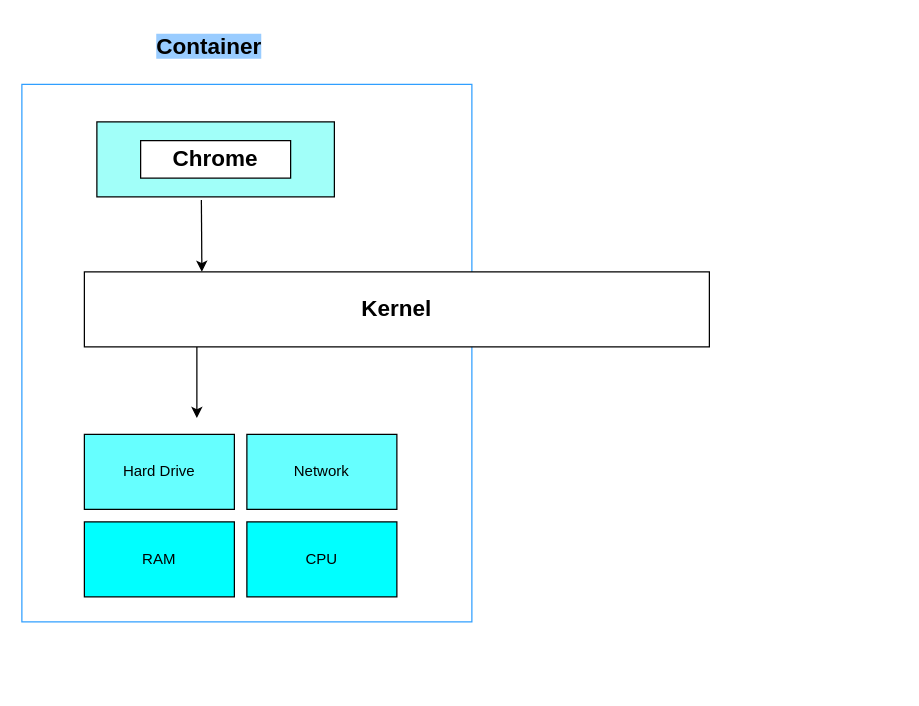
Before: page "Container" (1 of 2) of Untitled Diagram.drawio in hephaestus88/docker, a draw.io diagram. Source tidied: cells renumbered, new cells numbered last; positions are measured from the earlier drawing's top-left corner, leaving out a move shared by most shapes. Both pictures are drawn from the tidied source at 125%, with x=0, y=0 at pixel (21, 21).
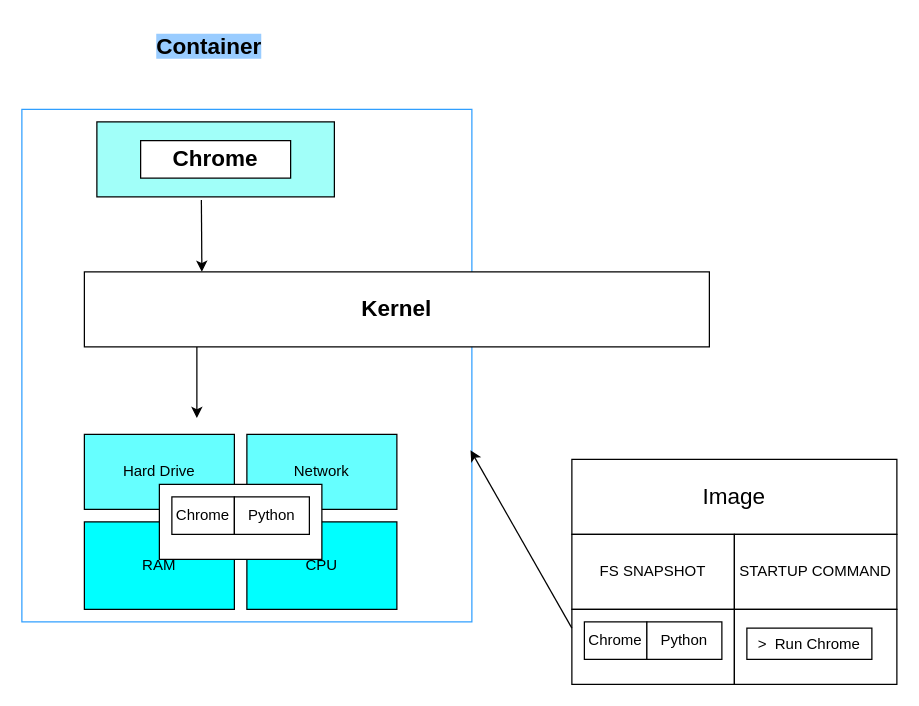
After the change.

The edit, as a diff of the source:
```diff
@@
     <mxCell id="2" style="rounded=0;whiteSpace=wrap;html=1;points=[[0,0,0,0,0],[0,0.25,0,0,0],[0,0.5,0,0,0],[0,0.75,0,0,0],[0,1,0,0,0],[0.25,0,0,0,0],[0.25,1,0,0,0],[0.5,0,0,0,0],[0.5,1,0,0,0],[0.75,0,0,0,0],[0.75,1,0,0,0],[1,0,0,0,0],[1,0.25,0,0,0],[1,0.5,0,0,0],[1,0.75,0,0,0],[1,1,0,0,0]];strokeColor=#309FFF;shadow=0;" parent="1" vertex="1">
-      <mxGeometry y="50" width="360" height="430" as="geometry" />
+      <mxGeometry y="70" width="360" height="410" as="geometry" />
     </mxCell>
@@
     <mxCell id="10" value="RAM" style="rounded=0;whiteSpace=wrap;html=1;fillColor=#00FFFF;" parent="1" vertex="1">
-      <mxGeometry x="50" y="400" width="120" height="60" as="geometry" />
+      <mxGeometry x="50" y="400" width="120" height="70" as="geometry" />
     </mxCell>
     <mxCell id="11" value="CPU" style="rounded=0;whiteSpace=wrap;html=1;fillColor=#00FFFF;" parent="1" vertex="1">
-      <mxGeometry x="180" y="400" width="120" height="60" as="geometry" />
+      <mxGeometry x="180" y="400" width="120" height="70" as="geometry" />
     </mxCell>
@@
+    <mxCell id="13" value="&lt;font style=&quot;font-size: 18px;&quot;&gt;Image&lt;/font&gt;" style="rounded=0;whiteSpace=wrap;html=1;" parent="1" vertex="1">
+      <mxGeometry x="440" y="350" width="260" height="60" as="geometry" />
+    </mxCell>
+    <mxCell id="14" value="FS SNAPSHOT" style="rounded=0;whiteSpace=wrap;html=1;" parent="1" vertex="1">
+      <mxGeometry x="440" y="410" width="130" height="60" as="geometry" />
+    </mxCell>
+    <mxCell id="15" value="STARTUP COMMAND" style="rounded=0;whiteSpace=wrap;html=1;" parent="1" vertex="1">
+      <mxGeometry x="570" y="410" width="130" height="60" as="geometry" />
+    </mxCell>
+    <mxCell id="16" style="rounded=0;whiteSpace=wrap;html=1;" parent="1" vertex="1">
+      <mxGeometry x="440" y="470" width="130" height="60" as="geometry" />
+    </mxCell>
+    <mxCell id="17" style="rounded=0;whiteSpace=wrap;html=1;" parent="1" vertex="1">
+      <mxGeometry x="570" y="470" width="130" height="60" as="geometry" />
+    </mxCell>
+    <mxCell id="18" value="Chrome" style="rounded=0;whiteSpace=wrap;html=1;" parent="1" vertex="1">
+      <mxGeometry x="450" y="480" width="50" height="30" as="geometry" />
+    </mxCell>
+    <mxCell id="19" value="&amp;gt;&amp;nbsp; Run Chrome" style="rounded=0;whiteSpace=wrap;html=1;" parent="1" vertex="1">
+      <mxGeometry x="580" y="485" width="100" height="25" as="geometry" />
+    </mxCell>
+    <mxCell id="20" value="Python" style="rounded=0;whiteSpace=wrap;html=1;" parent="1" vertex="1">
+      <mxGeometry x="500" y="480" width="60" height="30" as="geometry" />
+    </mxCell>
+    <mxCell id="21" style="endArrow=classic;html=1;rounded=0;exitX=0;exitY=0.25;exitDx=0;exitDy=0;entryX=0.997;entryY=0.665;entryDx=0;entryDy=0;entryPerimeter=0;" parent="1" edge="1" source="16" target="2">
+      <mxGeometry relative="1" as="geometry" />
+    </mxCell>
+    <mxCell id="22" style="rounded=0;whiteSpace=wrap;html=1;" parent="1" vertex="1">
+      <mxGeometry x="110" y="370" width="130" height="60" as="geometry" />
+    </mxCell>
+    <mxCell id="23" value="Chrome" style="rounded=0;whiteSpace=wrap;html=1;" parent="1" vertex="1">
+      <mxGeometry x="120" y="380" width="50" height="30" as="geometry" />
+    </mxCell>
+    <mxCell id="24" value="Python" style="rounded=0;whiteSpace=wrap;html=1;" parent="1" vertex="1">
+      <mxGeometry x="170" y="380" width="60" height="30" as="geometry" />
+    </mxCell>
```
